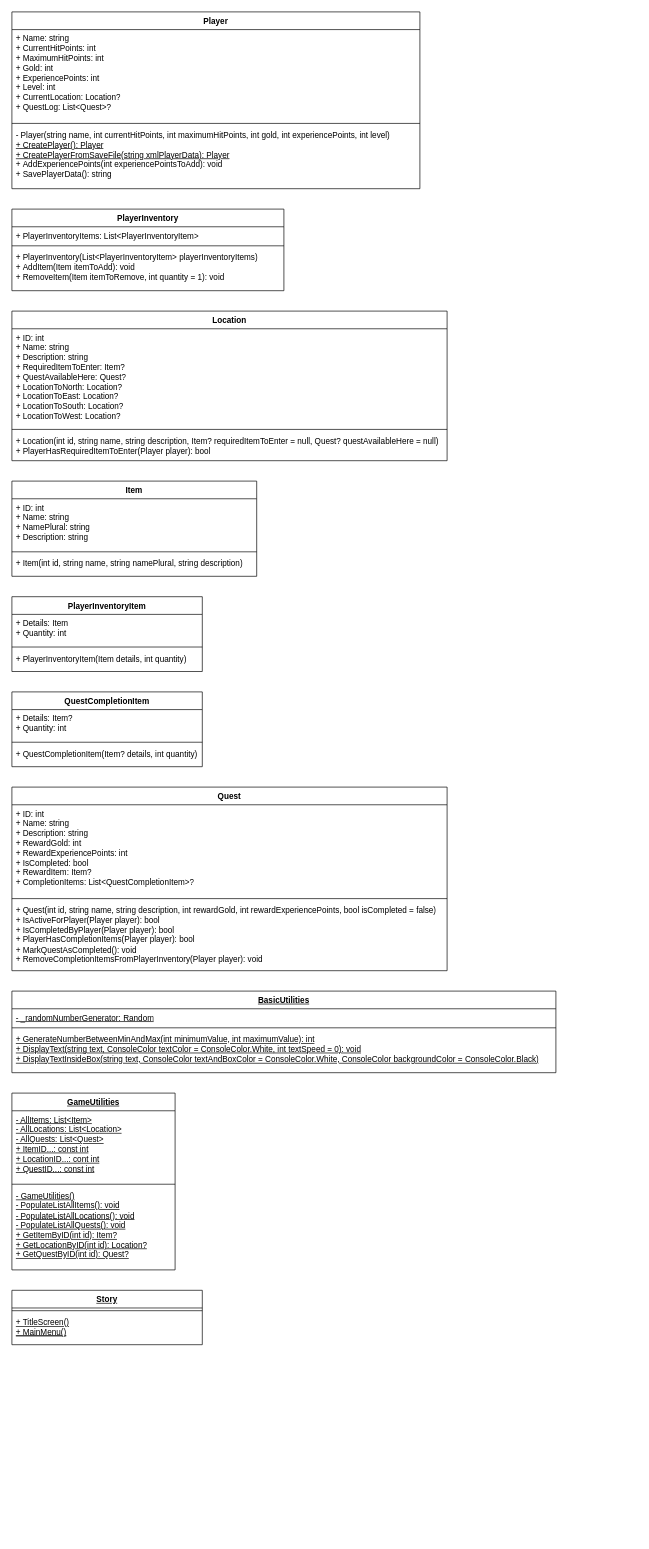
Earlier version of the draw.io diagram Documentation/Class Diagrams/ClassDiagram.drawio (XPsyZchoX/Arcane_Echoes_The_Rise_of_the_Obsidian_Queen). Source tidied: cells renumbered, new cells numbered last; positions are measured from the earlier drawing's top-left corner, leaving out a move shared by most shapes. Both pictures are drawn from the tidied source at 68%, with x=0, y=0 at pixel (12, 12).
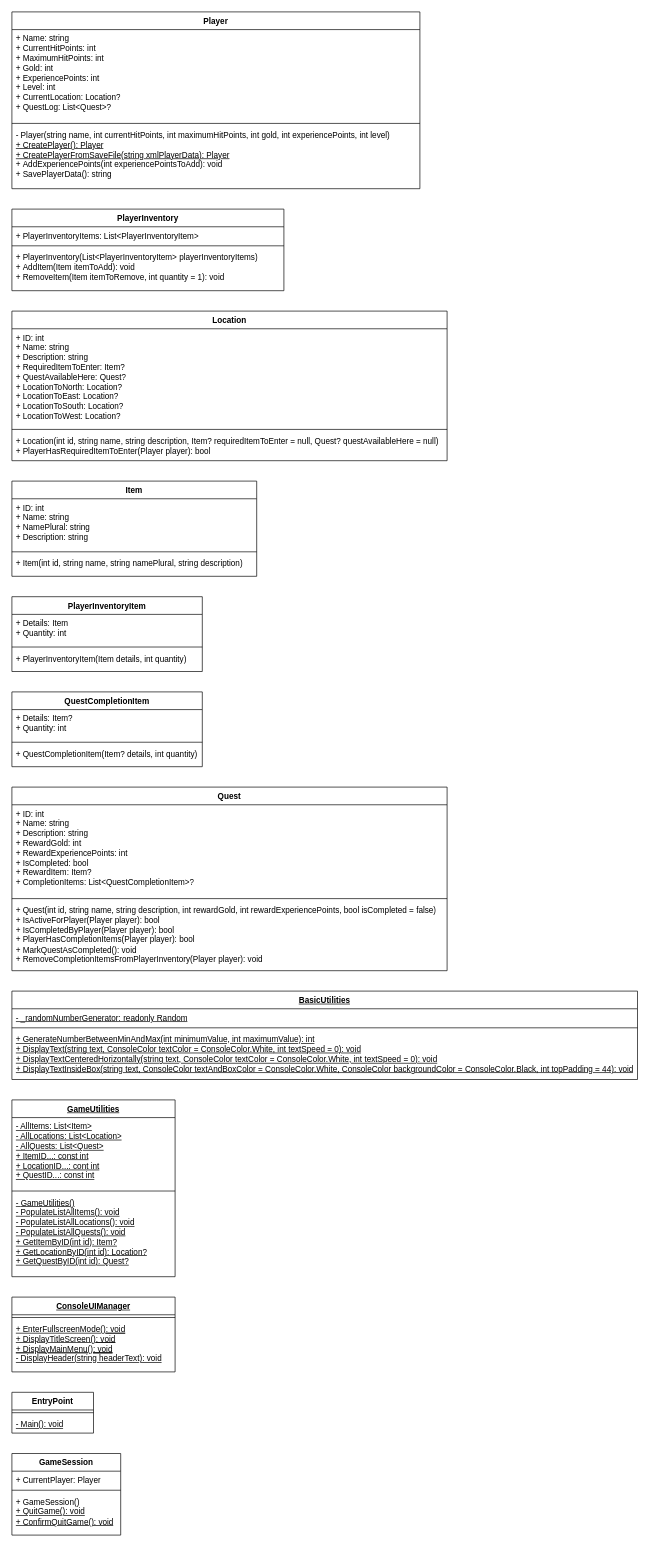
The same diagram, later.

Commit message (it also covers changes not shown here):
Added the classes 'GameSession' and 'ConsoleUIManager' for controlling the game flow

Change to the diagram source:
```diff
@@
     <mxCell id="18" value="&lt;u&gt;BasicUtilities&lt;/u&gt;" style="swimlane;fontStyle=1;align=center;verticalAlign=top;horizontal=1;startSize=26;whiteSpace=wrap;html=1;" parent="1" vertex="1">
-      <mxGeometry y="1440" width="800" height="120" as="geometry" />
+      <mxGeometry y="1440" width="920" height="130" as="geometry" />
     </mxCell>
-    <mxCell id="19" value="&lt;u&gt;- _randomNumberGenerator: Random&lt;/u&gt;" style="text;strokeColor=none;fillColor=none;align=left;verticalAlign=top;spacingLeft=4;spacingRight=4;overflow=hidden;whiteSpace=wrap;html=1;" parent="18" vertex="1">
-      <mxGeometry y="26" width="800" height="24" as="geometry" />
+    <mxCell id="19" value="&lt;u&gt;- _randomNumberGenerator: readonly Random&lt;/u&gt;" style="text;strokeColor=none;fillColor=none;align=left;verticalAlign=top;spacingLeft=4;spacingRight=4;overflow=hidden;whiteSpace=wrap;html=1;" parent="18" vertex="1">
+      <mxGeometry y="26" width="920" height="24" as="geometry" />
     </mxCell>
     <mxCell id="20" style="line;strokeWidth=1;fillColor=none;align=left;verticalAlign=middle;spacingTop=-1;spacingLeft=3;spacingRight=3;labelPosition=right;strokeColor=inherit;" parent="18" vertex="1">
-      <mxGeometry y="50" width="800" height="8" as="geometry" />
+      <mxGeometry y="50" width="920" height="8" as="geometry" />
     </mxCell>
-    <mxCell id="21" value="&lt;u&gt;+ GenerateNumberBetweenMinAndMax(int minimumValue, int maximumValue): int&lt;br&gt;+ DisplayText(string text, ConsoleColor textColor = ConsoleColor.White, int textSpeed = 0): void&lt;br&gt;+ DisplayTextInsideBox(string text, ConsoleColor textAndBoxColor = ConsoleColor.White, ConsoleColor backgroundColor = ConsoleColor.Black)&lt;br&gt;&lt;/u&gt;" style="text;strokeColor=none;fillColor=none;align=left;verticalAlign=top;spacingLeft=4;spacingRight=4;overflow=hidden;whiteSpace=wrap;html=1;" parent="18" vertex="1">
-      <mxGeometry y="58" width="800" height="62" as="geometry" />
+    <mxCell id="21" value="&lt;u&gt;+ GenerateNumberBetweenMinAndMax(int minimumValue, int maximumValue): int&lt;br&gt;+ DisplayText(string text, ConsoleColor textColor = ConsoleColor.White, int textSpeed = 0): void&lt;br&gt;+ DisplayTextCenteredHorizontally(string text, ConsoleColor textColor = ConsoleColor.White, int textSpeed = 0): void&lt;br&gt;+ DisplayTextInsideBox(string text, ConsoleColor textAndBoxColor = ConsoleColor.White, ConsoleColor backgroundColor = ConsoleColor.Black, int topPadding = 44): void&lt;br&gt;&lt;/u&gt;" style="text;strokeColor=none;fillColor=none;align=left;verticalAlign=top;spacingLeft=4;spacingRight=4;overflow=hidden;whiteSpace=wrap;html=1;" parent="18" vertex="1">
+      <mxGeometry y="58" width="920" height="72" as="geometry" />
     </mxCell>
     <mxCell id="22" value="&lt;u&gt;GameUtilities&lt;/u&gt;" style="swimlane;fontStyle=1;align=center;verticalAlign=top;horizontal=1;startSize=26;whiteSpace=wrap;html=1;" parent="1" vertex="1">
-      <mxGeometry y="1590" width="240" height="260" as="geometry" />
+      <mxGeometry y="1600" width="240" height="260" as="geometry" />
     </mxCell>
@@
-    <mxCell id="38" value="&lt;u&gt;Story&lt;/u&gt;" style="swimlane;fontStyle=1;align=center;verticalAlign=top;horizontal=1;startSize=26;whiteSpace=wrap;html=1;" parent="1" vertex="1">
-      <mxGeometry y="1880" width="280" height="80" as="geometry" />
+    <mxCell id="38" value="&lt;u&gt;ConsoleUIManager&lt;/u&gt;" style="swimlane;fontStyle=1;align=center;verticalAlign=top;horizontal=1;startSize=26;whiteSpace=wrap;html=1;" parent="1" vertex="1">
+      <mxGeometry y="1890" width="240" height="110" as="geometry" />
     </mxCell>
     <mxCell id="39" style="line;strokeWidth=1;fillColor=none;align=left;verticalAlign=middle;spacingTop=-1;spacingLeft=3;spacingRight=3;labelPosition=right;strokeColor=inherit;" parent="38" vertex="1">
-      <mxGeometry y="26" width="280" height="8" as="geometry" />
+      <mxGeometry y="26" width="240" height="8" as="geometry" />
     </mxCell>
-    <mxCell id="40" value="&lt;u style=&quot;border-color: var(--border-color);&quot;&gt;+&amp;nbsp;TitleScreen()&lt;br&gt;&lt;u style=&quot;border-color: var(--border-color);&quot;&gt;+ MainMenu()&lt;/u&gt;&lt;br&gt;&lt;/u&gt;" style="text;strokeColor=none;fillColor=none;align=left;verticalAlign=top;spacingLeft=4;spacingRight=4;overflow=hidden;whiteSpace=wrap;html=1;" parent="38" vertex="1">
-      <mxGeometry y="34" width="280" height="46" as="geometry" />
+    <mxCell id="40" value="&lt;u style=&quot;border-color: var(--border-color);&quot;&gt;+&amp;nbsp;EnterFullscreenMode()&lt;u style=&quot;border-color: var(--border-color);&quot;&gt;: void&lt;/u&gt;&lt;br&gt;+&amp;nbsp;DisplayTitleScreen()&lt;u style=&quot;border-color: var(--border-color);&quot;&gt;: void&lt;/u&gt;&lt;br&gt;&lt;u style=&quot;border-color: var(--border-color);&quot;&gt;+ DisplayMainMenu()&lt;u style=&quot;border-color: var(--border-color);&quot;&gt;: void&lt;/u&gt;&lt;br&gt;&lt;/u&gt;-&amp;nbsp;DisplayHeader(string headerText): void&lt;br&gt;&lt;/u&gt;" style="text;strokeColor=none;fillColor=none;align=left;verticalAlign=top;spacingLeft=4;spacingRight=4;overflow=hidden;whiteSpace=wrap;html=1;" parent="38" vertex="1">
+      <mxGeometry y="34" width="240" height="76" as="geometry" />
     </mxCell>
+    <mxCell id="41" value="EntryPoint" style="swimlane;fontStyle=1;align=center;verticalAlign=top;horizontal=1;startSize=26;whiteSpace=wrap;html=1;" parent="1" vertex="1">
+      <mxGeometry y="2030" width="120" height="60" as="geometry" />
+    </mxCell>
+    <mxCell id="42" style="line;strokeWidth=1;fillColor=none;align=left;verticalAlign=middle;spacingTop=-1;spacingLeft=3;spacingRight=3;labelPosition=right;strokeColor=inherit;" parent="41" vertex="1">
+      <mxGeometry y="26" width="120" height="8" as="geometry" />
+    </mxCell>
+    <mxCell id="43" value="&lt;u style=&quot;border-color: var(--border-color);&quot;&gt;- Main(): void&lt;br&gt;&lt;/u&gt;" style="text;strokeColor=none;fillColor=none;align=left;verticalAlign=top;spacingLeft=4;spacingRight=4;overflow=hidden;whiteSpace=wrap;html=1;" parent="41" vertex="1">
+      <mxGeometry y="34" width="120" height="26" as="geometry" />
+    </mxCell>
+    <mxCell id="44" value="GameSession" style="swimlane;fontStyle=1;align=center;verticalAlign=top;horizontal=1;startSize=26;whiteSpace=wrap;html=1;" parent="1" vertex="1">
+      <mxGeometry y="2120" width="160" height="120" as="geometry" />
+    </mxCell>
+    <mxCell id="45" value="+&amp;nbsp;CurrentPlayer: Player" style="text;strokeColor=none;fillColor=none;align=left;verticalAlign=top;spacingLeft=4;spacingRight=4;overflow=hidden;whiteSpace=wrap;html=1;" parent="44" vertex="1">
+      <mxGeometry y="26" width="160" height="24" as="geometry" />
+    </mxCell>
+    <mxCell id="46" style="line;strokeWidth=1;fillColor=none;align=left;verticalAlign=middle;spacingTop=-1;spacingLeft=3;spacingRight=3;labelPosition=right;strokeColor=inherit;" parent="44" vertex="1">
+      <mxGeometry y="50" width="160" height="8" as="geometry" />
+    </mxCell>
+    <mxCell id="47" value="+&amp;nbsp;GameSession()&lt;br&gt;&lt;u&gt;+&amp;nbsp;QuitGame(): void&lt;br&gt;+&amp;nbsp;ConfirmQuitGame(): void&lt;/u&gt;" style="text;strokeColor=none;fillColor=none;align=left;verticalAlign=top;spacingLeft=4;spacingRight=4;overflow=hidden;whiteSpace=wrap;html=1;" parent="44" vertex="1">
+      <mxGeometry y="58" width="160" height="62" as="geometry" />
+    </mxCell>
```
